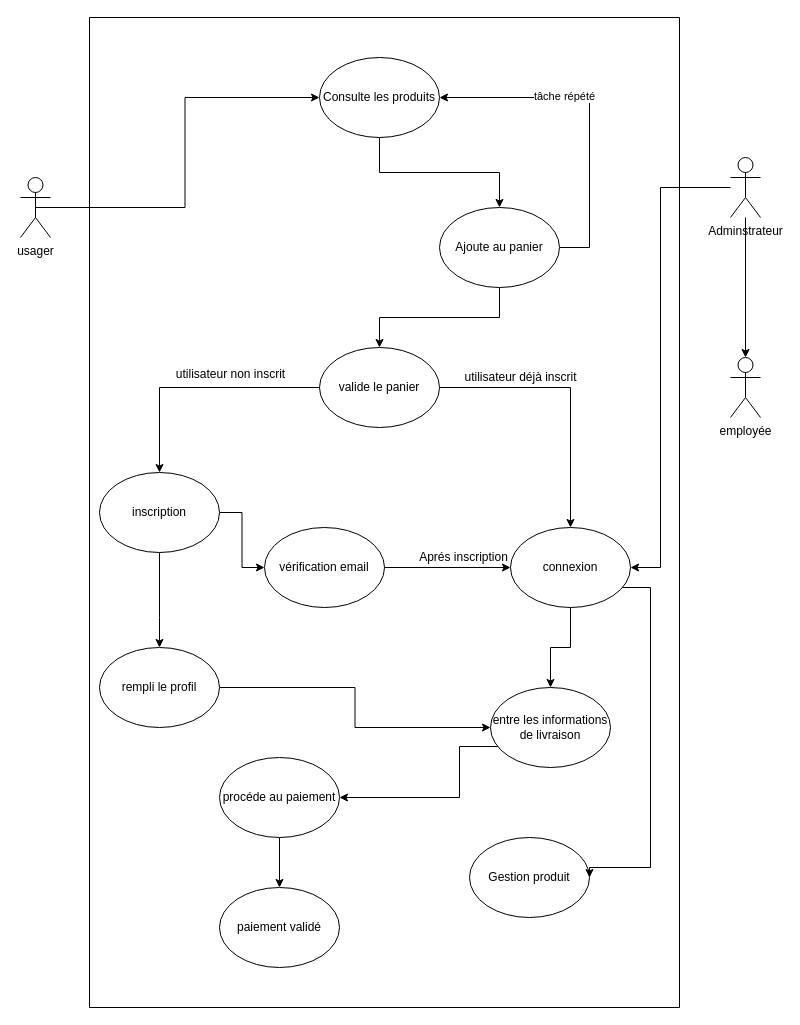
Lefhar/cda keeps this draw.io diagram as fil_rouge/UML/cas_d_utilisation.drawio. Above is the earlier version. Source tidied: cells renumbered, new cells numbered last; positions are measured from the earlier drawing's top-left corner, leaving out a move shared by most shapes. Both pictures are drawn from the tidied source at 100%, with x=0, y=0 at pixel (20, 17).
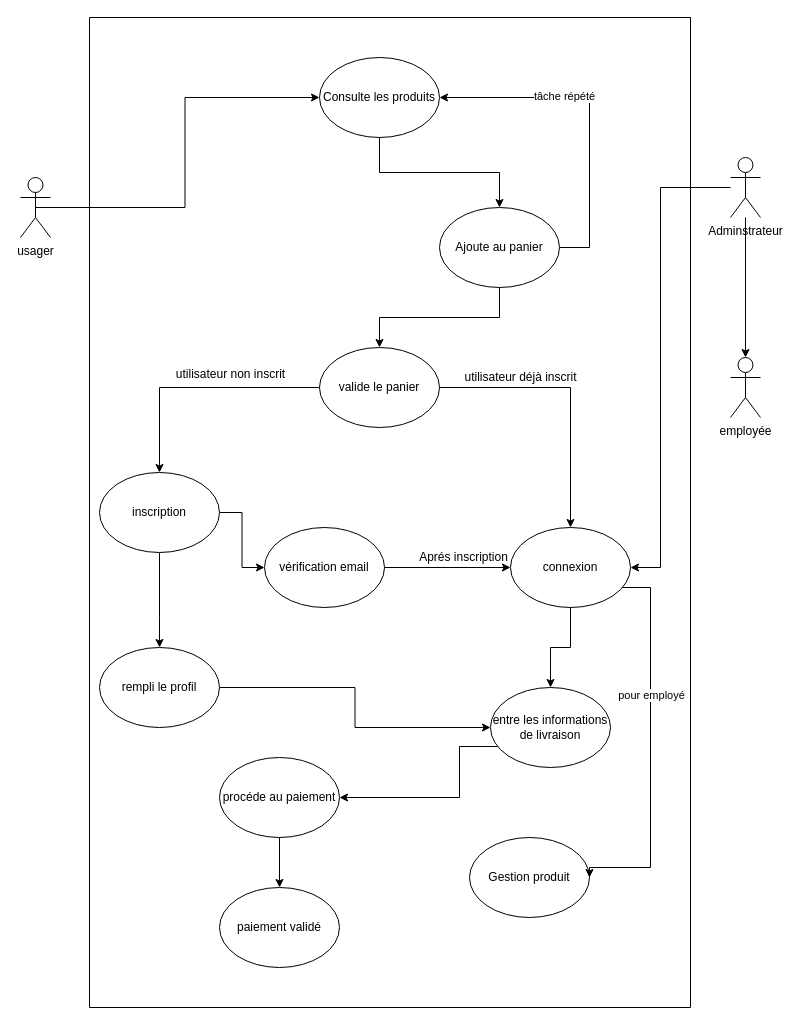
Above is the later version.

Commit message:
mise à jour

The change refers to these unchanged cells:
```xml
<mxCell id="28" style="edgeStyle=orthogonalEdgeStyle;rounded=0;jettySize=auto;html=1;entryX=1;entryY=0.5;entryDx=0;entryDy=0;" parent="4" edge="1" source="25" target="22">
  <mxGeometry relative="1" as="geometry">
    <Array as="points">
      <mxPoint x="561" y="570" />
      <mxPoint x="561" y="850" />
      <mxPoint x="500" y="850" />
    </Array>
  </mxGeometry>
</mxCell>
```

What changed in the source:
```diff
@@
     <mxCell id="4" style="swimlane;startSize=0;" parent="1" vertex="1">
-      <mxGeometry x="69" width="590" height="990" as="geometry" />
+      <mxGeometry x="69" width="601" height="990" as="geometry" />
     </mxCell>
@@
+    <mxCell id="37" value="pour employé" style="edgeLabel;html=1;align=center;verticalAlign=middle;" parent="28" vertex="1">
+      <mxGeometry x="-0.28" relative="1" as="geometry" />
+    </mxCell>
```
